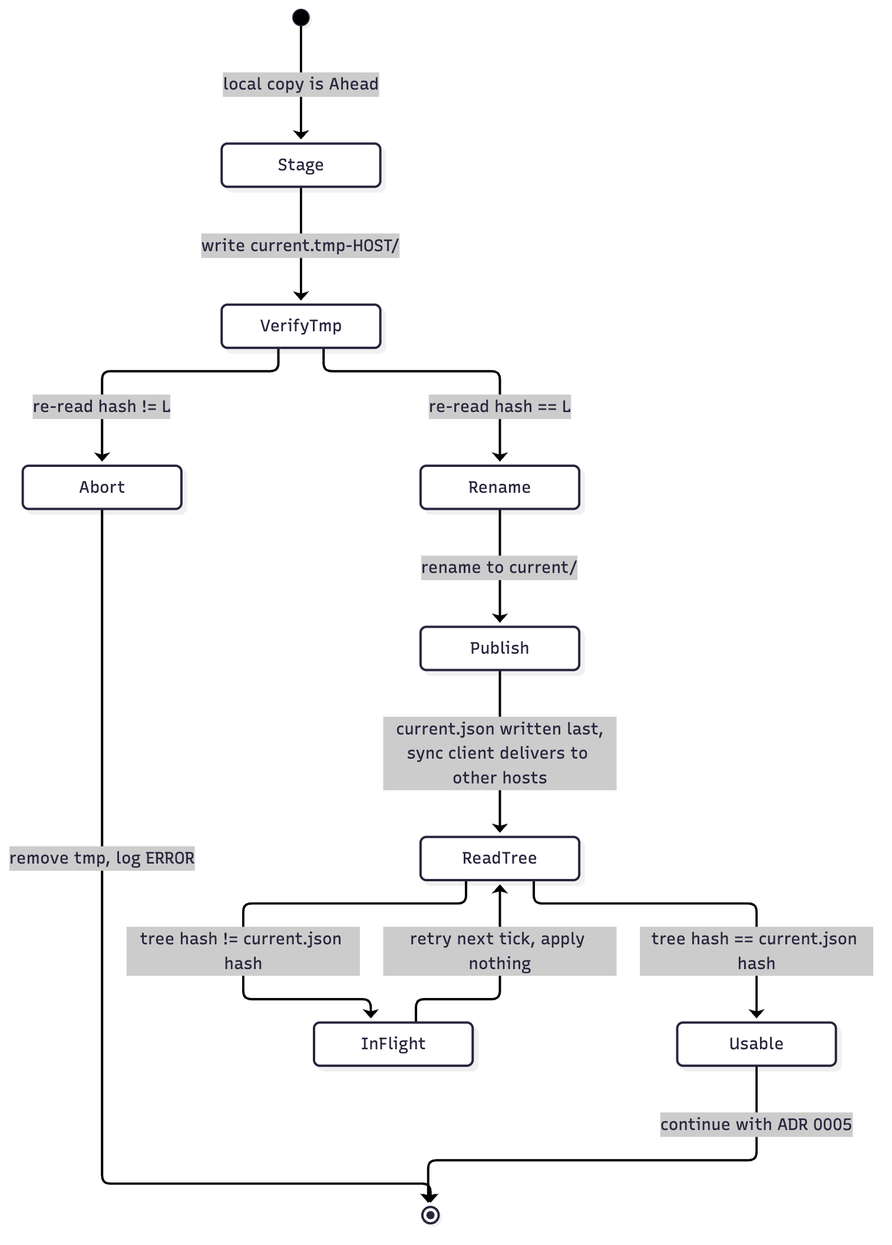
The Mermaid diagram docs/adr/store-write.png in csmarshall/mac-streamdeck-sync, before a commit. Its source is kept beside it as docs/adr/store-write.mmd.
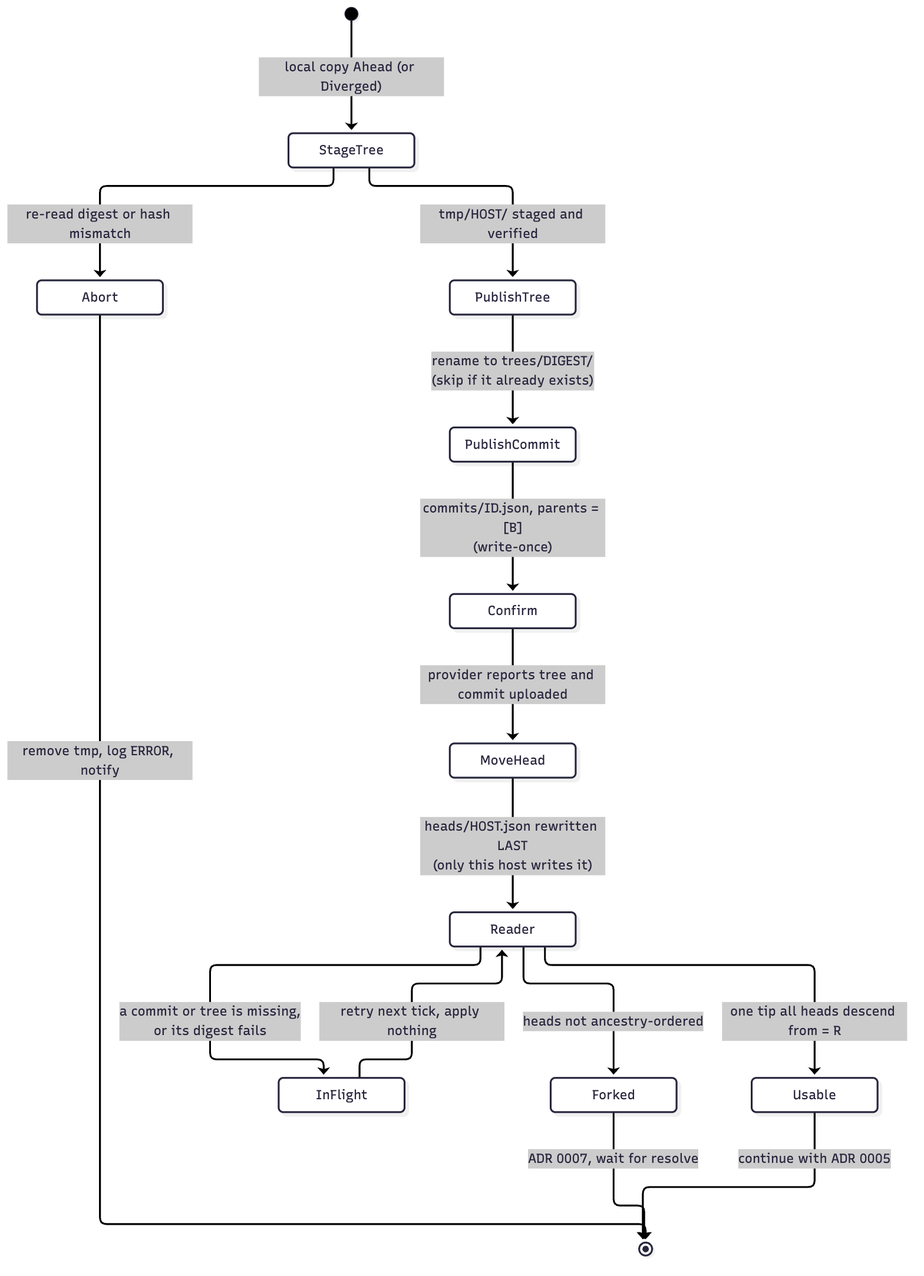
After the commit.

Change to the diagram source:
```diff
@@ -1,13 +1,16 @@
 stateDiagram-v2
     direction TB
-    [*] --> Stage: local copy is Ahead
-    Stage --> VerifyTmp: write current.tmp-HOST/
-    VerifyTmp --> Abort: re-read hash != L
-    VerifyTmp --> Rename: re-read hash == L
-    Abort --> [*]: remove tmp, log ERROR
-    Rename --> Publish: rename to current/
-    Publish --> ReadTree: current.json written last,<br/>sync client delivers to other hosts
-    ReadTree --> InFlight: tree hash != current.json hash
-    ReadTree --> Usable: tree hash == current.json hash
-    InFlight --> ReadTree: retry next tick, apply nothing
+    [*] --> StageTree: local copy Ahead (or Diverged)
+    StageTree --> Abort: re-read digest or hash mismatch
+    StageTree --> PublishTree: tmp/HOST/ staged and verified
+    PublishTree --> PublishCommit: rename to trees/DIGEST/<br/>(skip if it already exists)
+    PublishCommit --> Confirm: commits/ID.json, parents = [B]<br/>(write-once)
+    Confirm --> MoveHead: provider reports tree and commit uploaded
+    MoveHead --> Reader: heads/HOST.json rewritten LAST<br/>(only this host writes it)
+    Abort --> [*]: remove tmp, log ERROR, notify
+    Reader --> InFlight: a commit or tree is missing,<br/>or its digest fails
+    Reader --> Forked: heads not ancestry-ordered
+    Reader --> Usable: one tip all heads descend from = R
+    InFlight --> Reader: retry next tick, apply nothing
+    Forked --> [*]: ADR 0007, wait for resolve
     Usable --> [*]: continue with ADR 0005
```
